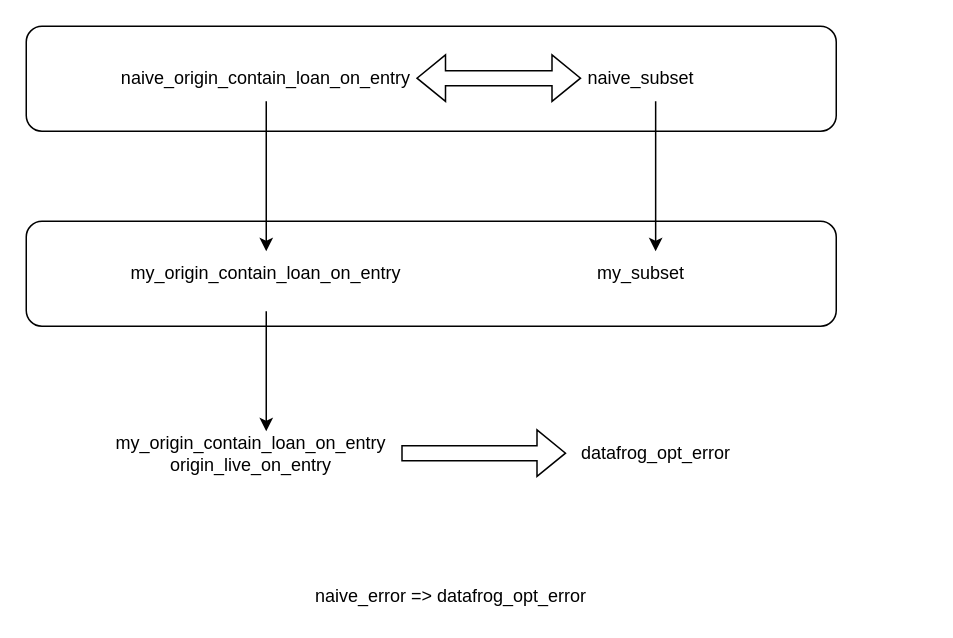
Above: polonius/presentation/mysubset.drawio in lengyijun/rust-notes (draw.io), before the change. Source tidied: cells renumbered, new cells numbered last; positions are measured from the earlier drawing's top-left corner, leaving out a move shared by most shapes. Both pictures are drawn from the tidied source at 150%, with x=0, y=0 at pixel (26, 26).
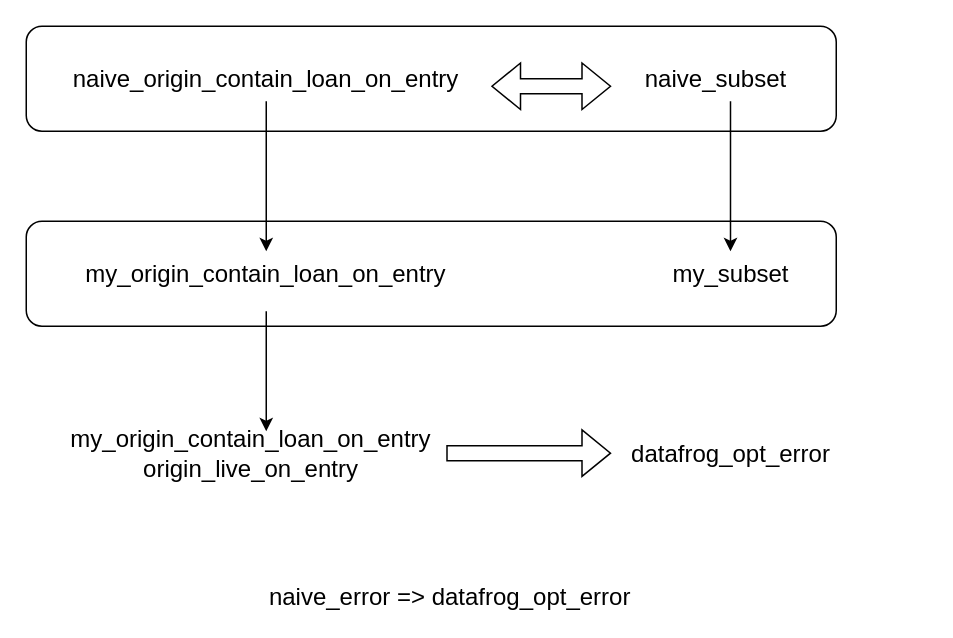
The same page after the edit.

Diff of the diagram source:
```diff
@@
-    <mxCell id="2" style="rounded=1;whiteSpace=wrap;html=1;" parent="1" vertex="1">
+    <mxCell id="2" style="rounded=1;whiteSpace=wrap;html=1;fontSize=16;" parent="1" vertex="1">
       <mxGeometry y="130" width="540" height="70" as="geometry" />
     </mxCell>
-    <mxCell id="3" value="naive_error =&amp;gt; datafrog_opt_error&amp;nbsp;" style="text;html=1;strokeColor=none;fillColor=none;align=center;verticalAlign=middle;whiteSpace=wrap;rounded=0;" parent="1" vertex="1">
+    <mxCell id="3" value="naive_error =&amp;gt; datafrog_opt_error&amp;nbsp;" style="text;html=1;strokeColor=none;fillColor=none;align=center;verticalAlign=middle;whiteSpace=wrap;rounded=0;fontSize=16;" parent="1" vertex="1">
       <mxGeometry x="160" y="370" width="250" height="20" as="geometry" />
     </mxCell>
-    <mxCell id="4" style="rounded=1;whiteSpace=wrap;html=1;" parent="1" vertex="1">
+    <mxCell id="4" style="rounded=1;whiteSpace=wrap;html=1;fontSize=16;" parent="1" vertex="1">
       <mxGeometry width="540" height="70" as="geometry" />
     </mxCell>
-    <mxCell id="5" style="edgeStyle=orthogonalEdgeStyle;rounded=0;jettySize=auto;html=1;exitX=0.5;exitY=1;exitDx=0;exitDy=0;" parent="1" edge="1" source="6" target="8">
+    <mxCell id="5" style="edgeStyle=orthogonalEdgeStyle;rounded=0;jettySize=auto;html=1;exitX=0.5;exitY=1;exitDx=0;exitDy=0;fontSize=16;" parent="1" edge="1" source="6" target="8">
       <mxGeometry relative="1" as="geometry" />
     </mxCell>
-    <mxCell id="6" value="naive_origin_contain_loan_on_entry" style="text;html=1;strokeColor=none;fillColor=none;align=center;verticalAlign=middle;whiteSpace=wrap;rounded=0;" parent="1" vertex="1">
+    <mxCell id="6" value="naive_origin_contain_loan_on_entry" style="text;html=1;strokeColor=none;fillColor=none;align=center;verticalAlign=middle;whiteSpace=wrap;rounded=0;fontSize=16;" parent="1" vertex="1">
       <mxGeometry x="30" y="20" width="260" height="30" as="geometry" />
     </mxCell>
-    <mxCell id="7" value="naive_subset" style="text;html=1;strokeColor=none;fillColor=none;align=center;verticalAlign=middle;whiteSpace=wrap;rounded=0;" parent="1" vertex="1">
-      <mxGeometry x="280" y="20" width="260" height="30" as="geometry" />
+    <mxCell id="7" value="naive_subset" style="text;html=1;strokeColor=none;fillColor=none;align=center;verticalAlign=middle;whiteSpace=wrap;rounded=0;fontSize=16;" parent="1" vertex="1">
+      <mxGeometry x="330" y="20" width="260" height="30" as="geometry" />
     </mxCell>
-    <mxCell id="8" value="my_origin_contain_loan_on_entry" style="text;html=1;strokeColor=none;fillColor=none;align=center;verticalAlign=middle;whiteSpace=wrap;rounded=0;" parent="1" vertex="1">
+    <mxCell id="8" value="my_origin_contain_loan_on_entry" style="text;html=1;strokeColor=none;fillColor=none;align=center;verticalAlign=middle;whiteSpace=wrap;rounded=0;fontSize=16;" parent="1" vertex="1">
       <mxGeometry x="30" y="150" width="260" height="30" as="geometry" />
     </mxCell>
-    <mxCell id="9" value="my_subset" style="text;html=1;strokeColor=none;fillColor=none;align=center;verticalAlign=middle;whiteSpace=wrap;rounded=0;" parent="1" vertex="1">
-      <mxGeometry x="280" y="150" width="260" height="30" as="geometry" />
+    <mxCell id="9" value="my_subset" style="text;html=1;strokeColor=none;fillColor=none;align=center;verticalAlign=middle;whiteSpace=wrap;rounded=0;fontSize=16;" parent="1" vertex="1">
+      <mxGeometry x="340" y="150" width="260" height="30" as="geometry" />
     </mxCell>
-    <mxCell id="10" value="my_origin_contain_loan_on_entry&lt;br&gt;origin_live_on_entry" style="text;html=1;strokeColor=none;fillColor=none;align=center;verticalAlign=middle;whiteSpace=wrap;rounded=0;" parent="1" vertex="1">
+    <mxCell id="10" value="my_origin_contain_loan_on_entry&lt;br style=&quot;font-size: 16px;&quot;&gt;origin_live_on_entry" style="text;html=1;strokeColor=none;fillColor=none;align=center;verticalAlign=middle;whiteSpace=wrap;rounded=0;fontSize=16;" parent="1" vertex="1">
       <mxGeometry x="20" y="270" width="260" height="30" as="geometry" />
     </mxCell>
-    <mxCell id="11" value="datafrog_opt_error" style="text;html=1;strokeColor=none;fillColor=none;align=center;verticalAlign=middle;whiteSpace=wrap;rounded=0;" parent="1" vertex="1">
-      <mxGeometry x="360" y="270" width="120" height="30" as="geometry" />
+    <mxCell id="11" value="datafrog_opt_error" style="text;html=1;strokeColor=none;fillColor=none;align=center;verticalAlign=middle;whiteSpace=wrap;rounded=0;fontSize=16;" parent="1" vertex="1">
+      <mxGeometry x="410" y="270" width="120" height="30" as="geometry" />
     </mxCell>
-    <mxCell id="12" style="edgeStyle=orthogonalEdgeStyle;rounded=0;orthogonalLoop=1;jettySize=auto;html=1;exitX=0.5;exitY=1;exitDx=0;exitDy=0;" parent="1" edge="1">
+    <mxCell id="12" style="edgeStyle=orthogonalEdgeStyle;rounded=0;orthogonalLoop=1;jettySize=auto;html=1;exitX=0.5;exitY=1;exitDx=0;exitDy=0;fontSize=16;" parent="1" edge="1">
       <mxGeometry relative="1" as="geometry">
-        <mxPoint x="419.6" y="50" as="sourcePoint" />
-        <mxPoint x="419.6" y="150" as="targetPoint" />
+        <mxPoint x="469.5" y="50" as="sourcePoint" />
+        <mxPoint x="469.5" y="150" as="targetPoint" />
+        <Array as="points">
+          <mxPoint x="469.9" y="100" />
+          <mxPoint x="469.9" y="100" />
+        </Array>
       </mxGeometry>
     </mxCell>
-    <mxCell id="13" style="shape=flexArrow;endArrow=classic;html=1;rounded=0;edgeStyle=orthogonalEdgeStyle;" parent="1" edge="1">
+    <mxCell id="13" style="shape=flexArrow;endArrow=classic;html=1;rounded=0;edgeStyle=orthogonalEdgeStyle;fontSize=16;" parent="1" edge="1">
       <mxGeometry relative="1" as="geometry">
-        <mxPoint x="250" y="284.6" as="sourcePoint" />
-        <mxPoint x="360" y="284.6" as="targetPoint" />
+        <mxPoint x="280" y="284.6" as="sourcePoint" />
+        <mxPoint x="390" y="284.6" as="targetPoint" />
+        <Array as="points">
+          <mxPoint x="390" y="285" />
+          <mxPoint x="390" y="285" />
+        </Array>
       </mxGeometry>
     </mxCell>
-    <mxCell id="14" style="edgeStyle=orthogonalEdgeStyle;rounded=0;orthogonalLoop=1;jettySize=auto;html=1;" parent="1" edge="1">
+    <mxCell id="14" style="edgeStyle=orthogonalEdgeStyle;rounded=0;orthogonalLoop=1;jettySize=auto;html=1;fontSize=16;" parent="1" edge="1">
       <mxGeometry relative="1" as="geometry">
         <mxPoint x="160" y="190" as="sourcePoint" />
         <mxPoint x="160" y="270" as="targetPoint" />
       </mxGeometry>
     </mxCell>
-    <mxCell id="15" style="shape=flexArrow;endArrow=classic;startArrow=classic;html=1;rounded=0;edgeStyle=orthogonalEdgeStyle;" parent="1" edge="1">
+    <mxCell id="15" style="shape=flexArrow;endArrow=classic;startArrow=classic;html=1;rounded=0;edgeStyle=orthogonalEdgeStyle;fontSize=16;" parent="1" edge="1">
       <mxGeometry relative="1" as="geometry">
-        <mxPoint x="260" y="34.6" as="sourcePoint" />
-        <mxPoint x="370" y="34.6" as="targetPoint" />
+        <mxPoint x="310" y="40" as="sourcePoint" />
+        <mxPoint x="390" y="40" as="targetPoint" />
       </mxGeometry>
     </mxCell>
```
